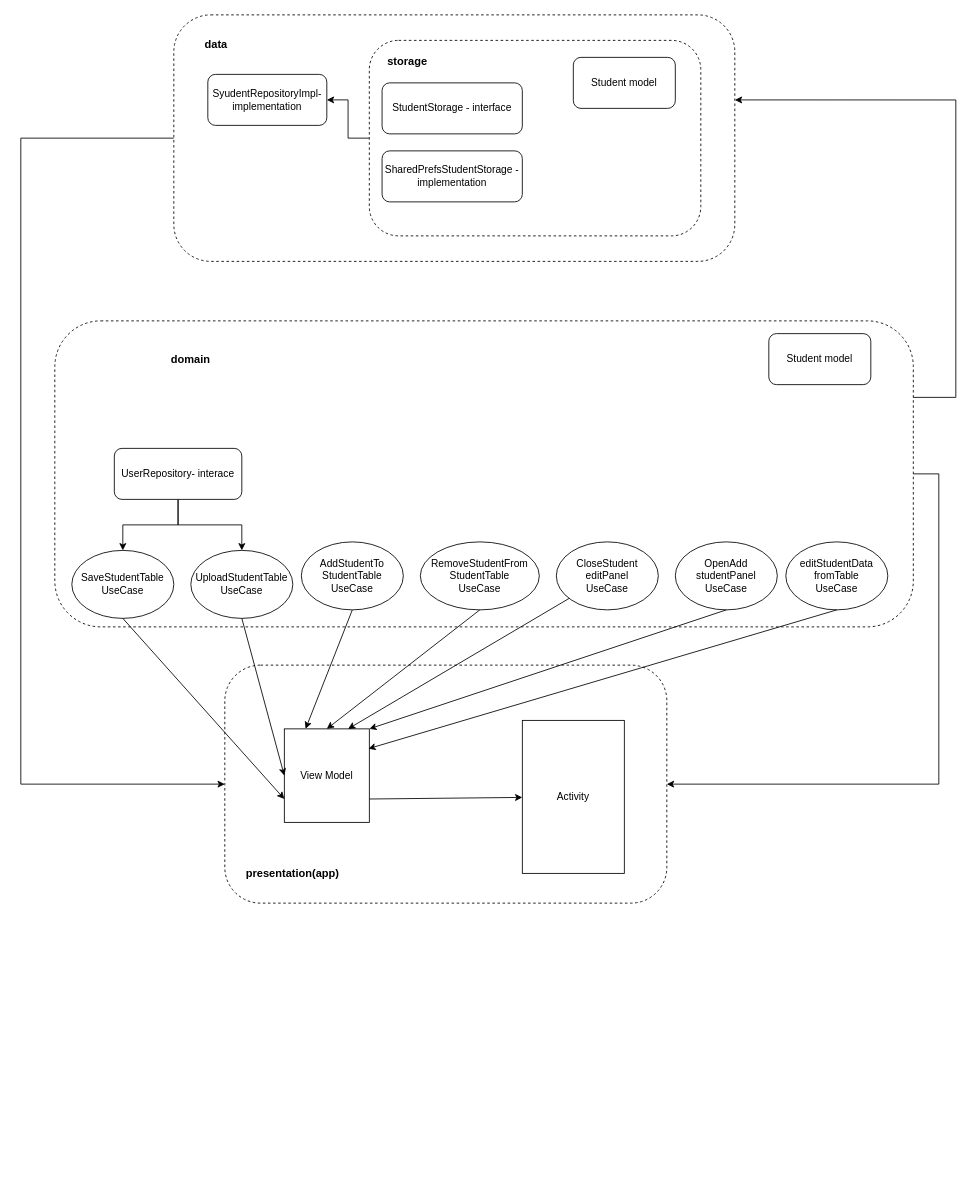
Above: UseCase.drawio in IP-115-Popov/StudentProgressAppMVVMClean (draw.io), before the change. Source tidied: cells renumbered, new cells numbered last; positions are measured from the earlier drawing's top-left corner, leaving out a move shared by most shapes. Both pictures are drawn from the tidied source at 85%, with x=0, y=0 at pixel (20, 14).
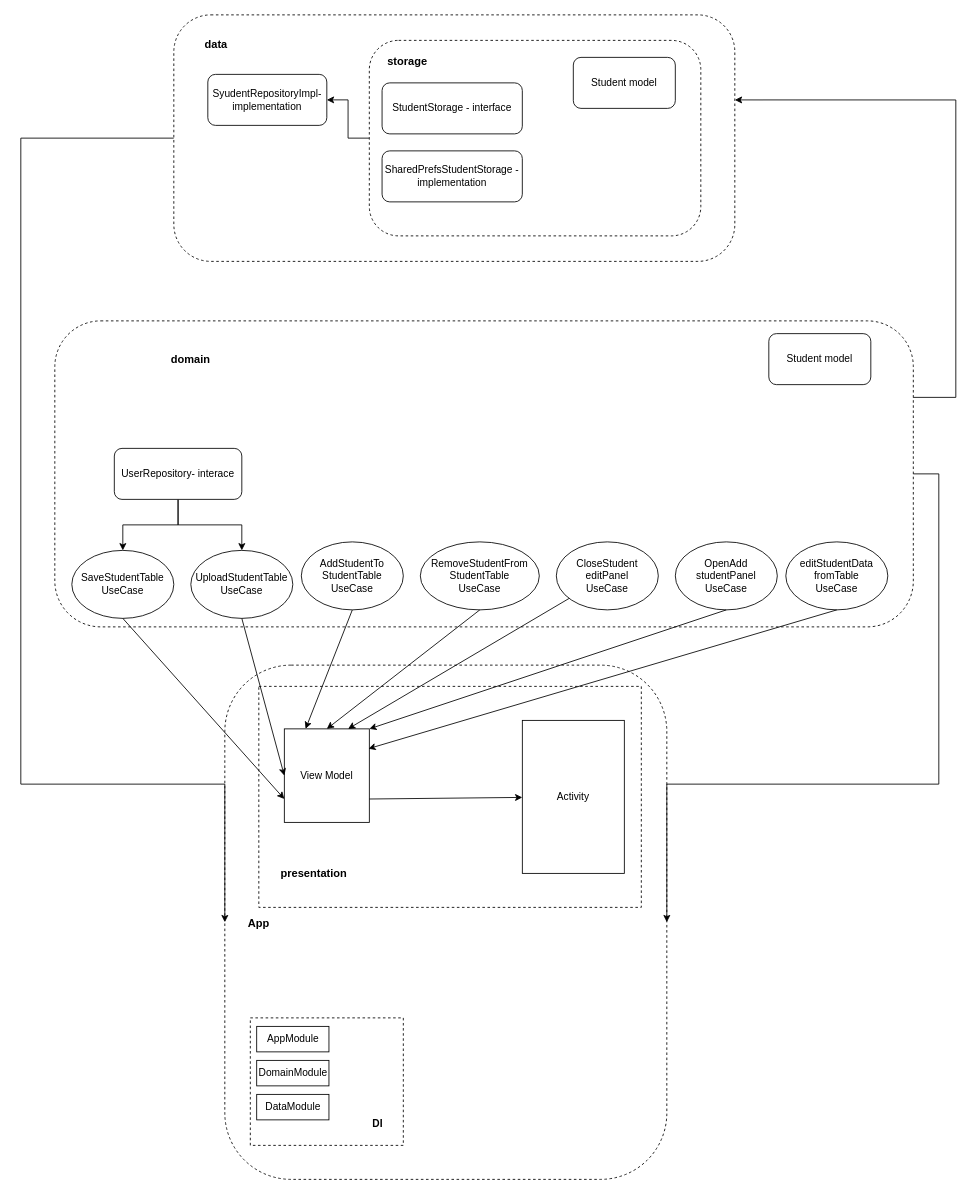
After the change.

The edit, as a diff of the source:
```diff
@@
+    <mxCell id="6" style="rounded=1;whiteSpace=wrap;html=1;dashed=1;" parent="1" vertex="1">
+      <mxGeometry x="240" y="765" width="520" height="605" as="geometry" />
+    </mxCell>
+    <mxCell id="39" style="rounded=0;whiteSpace=wrap;html=1;dashed=1;strokeWidth=1;perimeterSpacing=0;" parent="1" vertex="1">
+      <mxGeometry x="280" y="790" width="450" height="260" as="geometry" />
+    </mxCell>
@@
-    <mxCell id="6" style="rounded=1;whiteSpace=wrap;html=1;dashed=1;" parent="1" vertex="1">
-      <mxGeometry x="240" y="765" width="520" height="280" as="geometry" />
-    </mxCell>
@@
-    <mxCell id="8" value="presentation(app)" style="text;html=1;strokeColor=none;fillColor=none;align=center;verticalAlign=middle;whiteSpace=wrap;rounded=0;fontStyle=1;fontSize=13;" parent="1" vertex="1">
-      <mxGeometry x="260" y="990" width="120" height="40" as="geometry" />
+    <mxCell id="8" value="Аpp&lt;br&gt;" style="text;html=1;strokeColor=none;fillColor=none;align=center;verticalAlign=middle;whiteSpace=wrap;rounded=0;fontStyle=1;fontSize=13;" parent="1" vertex="1">
+      <mxGeometry x="250" y="1047.5" width="60" height="40" as="geometry" />
     </mxCell>
@@
+    <mxCell id="40" style="rounded=0;whiteSpace=wrap;html=1;dashed=1;" parent="1" vertex="1">
+      <mxGeometry x="270" y="1180" width="180" height="150" as="geometry" />
+    </mxCell>
+    <mxCell id="41" value="АppModule" style="rounded=0;whiteSpace=wrap;html=1;" parent="1" vertex="1">
+      <mxGeometry x="277.5" y="1190" width="85" height="30" as="geometry" />
+    </mxCell>
+    <mxCell id="42" value="DomainModule" style="rounded=0;whiteSpace=wrap;html=1;" parent="1" vertex="1">
+      <mxGeometry x="277.5" y="1230" width="85" height="30" as="geometry" />
+    </mxCell>
+    <mxCell id="43" value="DataModule" style="rounded=0;whiteSpace=wrap;html=1;" parent="1" vertex="1">
+      <mxGeometry x="277.5" y="1270" width="85" height="30" as="geometry" />
+    </mxCell>
+    <mxCell id="44" value="&lt;b&gt;DI&lt;/b&gt;" style="text;html=1;strokeColor=none;fillColor=none;align=center;verticalAlign=middle;whiteSpace=wrap;rounded=0;" parent="1" vertex="1">
+      <mxGeometry x="390" y="1290" width="60" height="30" as="geometry" />
+    </mxCell>
+    <mxCell id="45" value="presentation&lt;br&gt;" style="text;html=1;strokeColor=none;fillColor=none;align=center;verticalAlign=middle;whiteSpace=wrap;rounded=0;fontStyle=1;fontSize=13;" parent="1" vertex="1">
+      <mxGeometry x="300" y="990" width="90" height="40" as="geometry" />
+    </mxCell>
```
